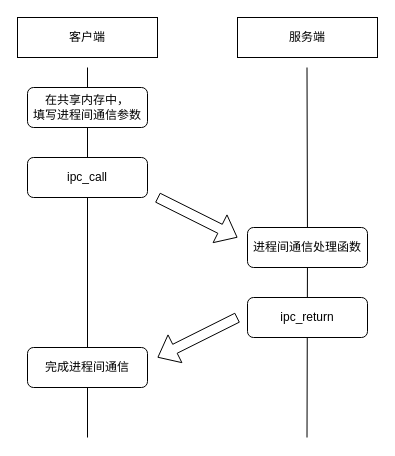
Before: vfs/ipc_call.drawio in ReimuYk/drawio_master_graduate_paper, a draw.io diagram. Source tidied: cells renumbered, new cells numbered last; positions are measured from the earlier drawing's top-left corner, leaving out a move shared by most shapes. Both pictures are drawn from the tidied source at 100%, with x=0, y=0 at pixel (17, 17).
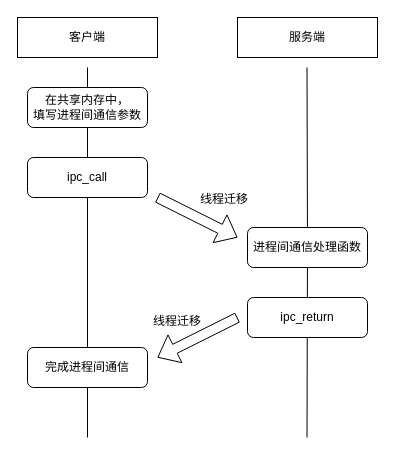
Above is the later version.

The edit, as a diff of the source:
```diff
@@
+    <mxCell id="14" value="线程迁移" style="text;html=1;strokeColor=none;fillColor=none;align=center;verticalAlign=middle;whiteSpace=wrap;rounded=0;" parent="1" vertex="1">
+      <mxGeometry x="177" y="167" width="60" height="30" as="geometry" />
+    </mxCell>
+    <mxCell id="15" value="线程迁移" style="text;html=1;strokeColor=none;fillColor=none;align=center;verticalAlign=middle;whiteSpace=wrap;rounded=0;" parent="1" vertex="1">
+      <mxGeometry x="130" y="289" width="60" height="30" as="geometry" />
+    </mxCell>
```
